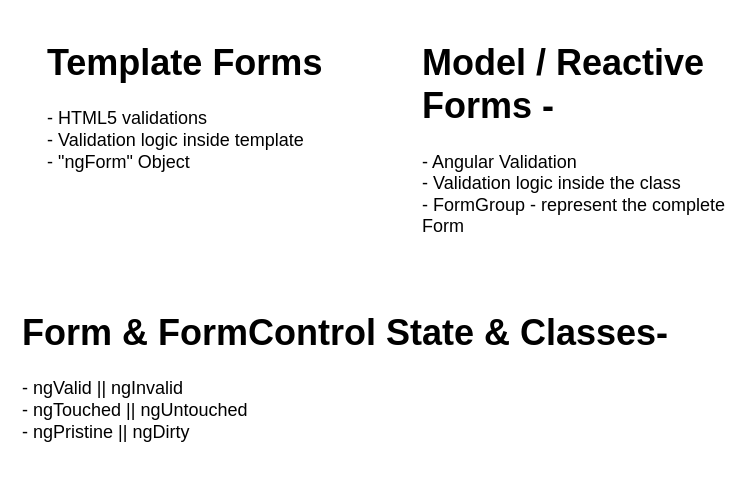
This is page "Page-7" (7 of 8) of diagrams.drawio from synergy2411/incedo-nov21-b1, a draw.io file, before an edit. Source tidied: cells renumbered, new cells numbered last; positions are measured from the earlier drawing's top-left corner, leaving out a move shared by most shapes. Both pictures are drawn from the tidied source at 100%, with x=0, y=0 at pixel (17, 27).
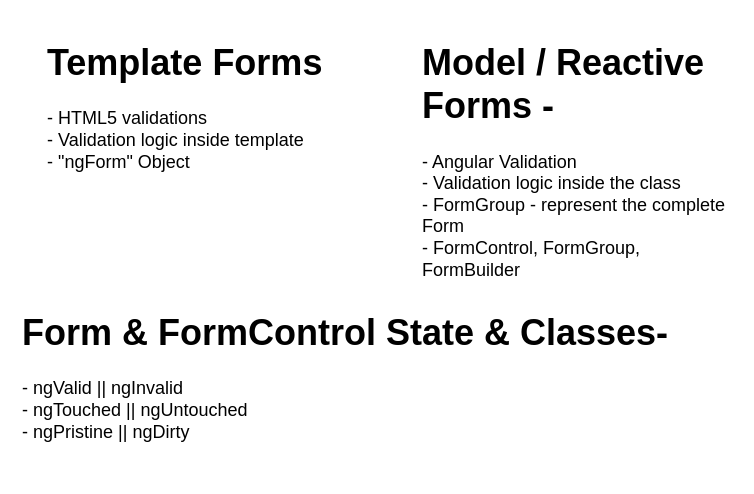
Above is the later version.

Diff of the diagram source:
```diff
@@
 <mxGraphModel>
   <root>
     <mxCell id="0" />
     <mxCell id="1" parent="0" />
     <mxCell id="2" value="&lt;h1&gt;Template Forms&lt;/h1&gt;&lt;div&gt;- HTML5 validations&lt;/div&gt;&lt;div&gt;- Validation logic inside template&lt;/div&gt;&lt;div&gt;- &quot;ngForm&quot; Object&lt;/div&gt;" style="text;html=1;strokeColor=none;fillColor=none;spacing=5;spacingTop=-20;whiteSpace=wrap;overflow=hidden;rounded=0;fontSize=18;" parent="1" vertex="1">
       <mxGeometry x="25" width="300" height="220" as="geometry" />
     </mxCell>
     <mxCell id="3" value="&lt;h1&gt;Form &amp;amp; FormControl State &amp;amp; Classes-&amp;nbsp;&lt;/h1&gt;&lt;div&gt;- ngValid || ngInvalid&lt;/div&gt;&lt;div&gt;- ngTouched || ngUntouched&lt;/div&gt;&lt;div&gt;- ngPristine || ngDirty&lt;/div&gt;" style="text;html=1;strokeColor=none;fillColor=none;spacing=5;spacingTop=-20;whiteSpace=wrap;overflow=hidden;rounded=0;fontSize=18;" parent="1" vertex="1">
       <mxGeometry y="270" width="720" height="180" as="geometry" />
     </mxCell>
-    <mxCell id="4" value="&lt;h1&gt;Model / Reactive Forms -&lt;/h1&gt;&lt;div&gt;- Angular Validation&lt;/div&gt;&lt;div&gt;- Validation logic inside the class&lt;/div&gt;&lt;div&gt;- FormGroup - represent the complete Form&lt;/div&gt;" style="text;html=1;strokeColor=none;fillColor=none;spacing=5;spacingTop=-20;whiteSpace=wrap;overflow=hidden;rounded=0;fontSize=18;" parent="1" vertex="1">
+    <mxCell id="4" value="&lt;h1&gt;Model / Reactive Forms -&lt;/h1&gt;&lt;div&gt;- Angular Validation&lt;/div&gt;&lt;div&gt;- Validation logic inside the class&lt;/div&gt;&lt;div&gt;- FormGroup - represent the complete Form&lt;/div&gt;&lt;div&gt;- FormControl, FormGroup, FormBuilder&lt;/div&gt;" style="text;html=1;strokeColor=none;fillColor=none;spacing=5;spacingTop=-20;whiteSpace=wrap;overflow=hidden;rounded=0;fontSize=18;" parent="1" vertex="1">
       <mxGeometry x="400" width="320" height="270" as="geometry" />
     </mxCell>
   </root>
 </mxGraphModel>
```
